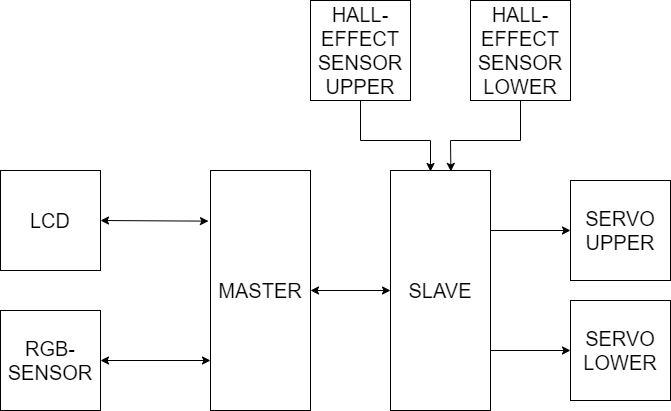
Earlier version of the draw.io export Project Guidelines/Images/Blockschema.io.png (JoeyStrandnes/TSIU51_Plotter). Source tidied: cells renumbered, new cells last; positions are measured from the earlier drawing's top-left corner, leaving out a move shared by most shapes.
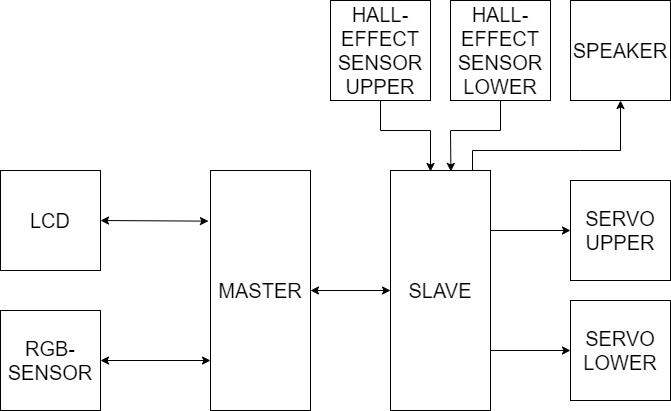
Above is the later version.

What changed in the source:
```diff
@@ -21,10 +21,10 @@
       <mxGeometry x="570" y="300" width="100" height="100" as="geometry" />
     </mxCell>
     <mxCell id="8" value="&lt;font style=&quot;font-size: 20px&quot;&gt;HALL-EFFECT SENSOR UPPER&lt;/font&gt;" style="rounded=0;whiteSpace=wrap;html=1;" parent="1" vertex="1">
-      <mxGeometry x="310" width="100" height="100" as="geometry" />
+      <mxGeometry x="330" width="100" height="100" as="geometry" />
     </mxCell>
     <mxCell id="9" value="&lt;font style=&quot;font-size: 20px&quot;&gt;HALL-EFFECT SENSOR LOWER&lt;/font&gt;" style="rounded=0;whiteSpace=wrap;html=1;" parent="1" vertex="1">
-      <mxGeometry x="470" width="100" height="100" as="geometry" />
+      <mxGeometry x="450" width="100" height="100" as="geometry" />
     </mxCell>
     <mxCell id="10" style="endArrow=none;startArrow=classic;html=1;exitX=0;exitY=0.5;exitDx=0;exitDy=0;entryX=1;entryY=0.25;entryDx=0;entryDy=0;" parent="1" edge="1" source="6" target="3">
       <mxGeometry relative="1" as="geometry" />
@@ -32,21 +32,20 @@
     <mxCell id="11" style="endArrow=none;startArrow=classic;html=1;exitX=0;exitY=0.5;exitDx=0;exitDy=0;entryX=1;entryY=0.75;entryDx=0;entryDy=0;" parent="1" edge="1" source="7" target="3">
       <mxGeometry relative="1" as="geometry" />
     </mxCell>
-    <mxCell id="12" style="startArrow=classic;endArrow=none;html=1;rounded=0;" parent="1" edge="1">
+    <mxCell id="12" style="startArrow=classic;endArrow=none;html=1;rounded=0;entryX=0.5;entryY=1;entryDx=0;entryDy=0;" parent="1" edge="1" target="8">
       <mxGeometry relative="1" as="geometry">
         <mxPoint x="430" y="171" as="sourcePoint" />
-        <mxPoint x="360" y="100" as="targetPoint" />
         <Array as="points">
-          <mxPoint x="430" y="140" />
-          <mxPoint x="360" y="140" />
+          <mxPoint x="430" y="130" />
+          <mxPoint x="380" y="130" />
         </Array>
       </mxGeometry>
     </mxCell>
     <mxCell id="13" style="endArrow=none;startArrow=classic;html=1;entryX=0.5;entryY=1;entryDx=0;entryDy=0;exitX=0.604;exitY=0.004;exitDx=0;exitDy=0;exitPerimeter=0;rounded=0;" parent="1" edge="1" source="3" target="9">
       <mxGeometry relative="1" as="geometry">
         <Array as="points">
-          <mxPoint x="450" y="140" />
-          <mxPoint x="520" y="140" />
+          <mxPoint x="450" y="130" />
+          <mxPoint x="500" y="130" />
         </Array>
       </mxGeometry>
     </mxCell>
@@ -61,5 +60,17 @@
     <mxCell id="16" style="endArrow=classic;startArrow=classic;html=1;exitX=1;exitY=0.5;exitDx=0;exitDy=0;entryX=0;entryY=0.5;entryDx=0;entryDy=0;" parent="1" edge="1" source="2" target="3">
       <mxGeometry relative="1" as="geometry" />
     </mxCell>
+    <mxCell id="17" value="&lt;font style=&quot;font-size: 20px&quot;&gt;SPEAKER&lt;/font&gt;" style="rounded=0;whiteSpace=wrap;html=1;" parent="1" vertex="1">
+      <mxGeometry x="570" width="100" height="100" as="geometry" />
+    </mxCell>
+    <mxCell id="18" style="endArrow=classic;html=1;entryX=0.5;entryY=1;entryDx=0;entryDy=0;rounded=0;exitX=0.82;exitY=0.001;exitDx=0;exitDy=0;exitPerimeter=0;" parent="1" edge="1" source="3" target="17">
+      <mxGeometry relative="1" as="geometry">
+        <Array as="points">
+          <mxPoint x="472" y="150" />
+          <mxPoint x="580" y="150" />
+          <mxPoint x="620" y="150" />
+        </Array>
+      </mxGeometry>
+    </mxCell>
   </root>
 </mxGraphModel>
```
